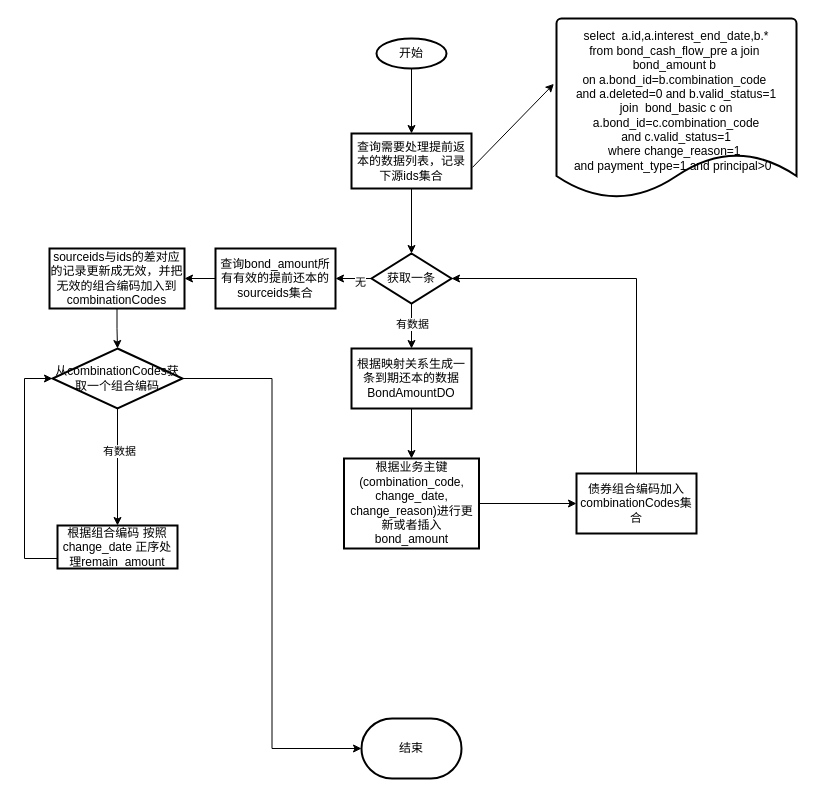
This is bondAmount提前还本.drawio from xbluckly/test, a draw.io file, before an edit. Source tidied: cells renumbered, new cells numbered last; positions are measured from the earlier drawing's top-left corner, leaving out a move shared by most shapes. Both pictures are drawn from the tidied source at 100%, with x=0, y=0 at pixel (24, 18).
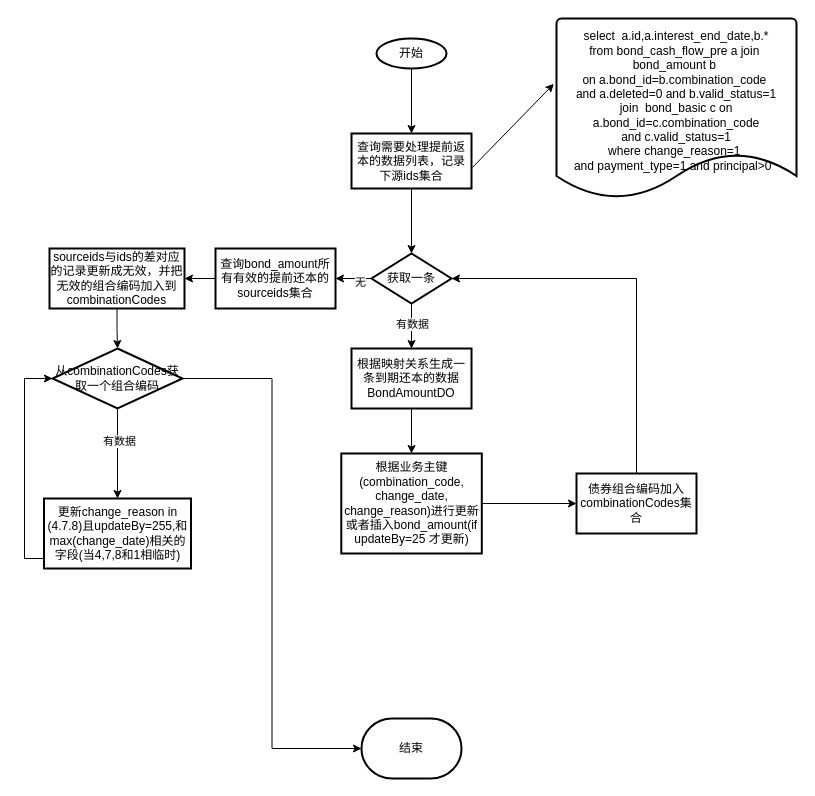
After the change.

Commit message:
更新bondAmount提前还本.drawio

The edit, as a diff of the source:
```diff
@@
-    <mxCell id="17" value="根据业务主键(combination_code,&lt;br&gt;change_date,&lt;br&gt;change_reason)进行更新或者插入bond_amount" style="whiteSpace=wrap;html=1;strokeWidth=2;" parent="1" vertex="1">
-      <mxGeometry x="319.5" y="440" width="135" height="90" as="geometry" />
+    <mxCell id="17" value="根据业务主键(combination_code,&lt;br&gt;change_date,&lt;br&gt;change_reason)进行更新或者插入bond_amount(if updateBy=25 才更新)" style="whiteSpace=wrap;html=1;strokeWidth=2;" parent="1" vertex="1">
+      <mxGeometry x="316.8" y="435" width="140.5" height="100" as="geometry" />
     </mxCell>
@@
-    <mxCell id="25" value="根据组合编码 按照change_date 正序处理remain_amount" style="whiteSpace=wrap;html=1;strokeWidth=2;" parent="1" vertex="1">
-      <mxGeometry x="33" y="507" width="120" height="43" as="geometry" />
+    <mxCell id="25" value="更新change_reason in (4.7.8)且updateBy=255,和max(change_date)相关的字段(当4,7,8和1相临时)" style="whiteSpace=wrap;html=1;strokeWidth=2;" parent="1" vertex="1">
+      <mxGeometry x="19.5" y="480" width="147" height="70" as="geometry" />
     </mxCell>
```
